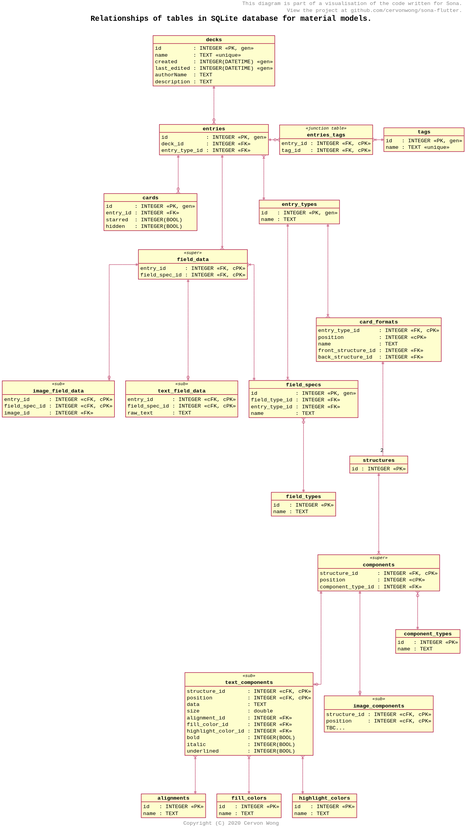
The PlantUML diagram puml/material_database.svg in cervonwong/sona-flutter, before a commit. Its diagram source:
```plantuml
@startuml
skinparam classAttributeIconSize 0
skinparam wrapWidth 400

skinparam defaultFontName Monospaced
skinparam objectAttributeFontName Monospaced
skinparam objectStereotypeFontName Monospaced
skinparam defaultFontSize 16
skinparam objectFontSize 16
skinparam objectStereotypeFontSize 14
skinparam titleFontSize 24
skinparam titleFontStyle bold
skinparam objectFontStyle bold
skinparam linetype ortho
skinparam shadowing false

header This diagram is part of a visualisation of the code written for Sona.\n View the project at github.com/cervonwong/sona-flutter.
title Relationships of tables in SQLite database for material models.\n
footer Copyright (C) 2020 Cervon Wong

object decks {
	id          : INTEGER <<PK, gen>>
	name        : TEXT <<unique>>
	created     : INTEGER(DATETIME) <<gen>>
	last_edited : INTEGER(DATETIME) <<gen>>
	authorName  : TEXT
	description : TEXT
}

object entries {
	id            : INTEGER <<PK, gen>>
	deck_id       : INTEGER <<FK>>
	entry_type_id : INTEGER <<FK>>
}

object cards {
	id       : INTEGER <<PK, gen>>
	entry_id : INTEGER <<FK>>
	starred  : INTEGER(BOOL)
	hidden   : INTEGER(BOOL)
}

object tags {
	id   : INTEGER <<PK, gen>>
	name : TEXT <<unique>>
}

object entries_tags <<junction table>> {
	entry_id : INTEGER <<FK, cPK>>
	tag_id   : INTEGER <<FK, cPK>>
}

object field_specs {
	id            : INTEGER <<PK, gen>>
	field_type_id : INTEGER <<FK>>
	entry_type_id : INTEGER <<FK>>
	name          : TEXT
}

object field_types {
	id   : INTEGER <<PK>>
	name : TEXT
}

object field_data <<super>> {
	entry_id      : INTEGER <<FK, cPK>>
    field_spec_id : INTEGER <<FK, cPK>>
}

object text_field_data <<sub>> {
	entry_id      : INTEGER <<cFK, cPK>>
    field_spec_id : INTEGER <<cFK, cPK>>
	raw_text      : TEXT
}

object image_field_data <<sub>> {
	entry_id      : INTEGER <<cFK, cPK>>
    field_spec_id : INTEGER <<cFK, cPK>>
	image_id      : INTEGER <<FK>>
}

object entry_types {
	id   : INTEGER <<PK, gen>>
	name : TEXT
}

object card_formats {
	entry_type_id      : INTEGER <<FK, cPK>>
	position           : INTEGER <<cPK>>
	name               : TEXT
	front_structure_id : INTEGER <<FK>>
	back_structure_id  : INTEGER <<FK>>
}

object structures {
	id : INTEGER <<PK>>
}

object components <<super>> {
	structure_id      : INTEGER <<FK, cPK>>
	position          : INTEGER <<cPK>>
	component_type_id : INTEGER <<FK>>
}

object text_components <<sub>> {
	structure_id       : INTEGER <<cFK, cPK>>
	position           : INTEGER <<cFK, cPK>>
	data               : TEXT
	size               : double
	alignment_id       : INTEGER <<FK>>
	fill_color_id      : INTEGER <<FK>>
	highlight_color_id : INTEGER <<FK>>
	bold               : INTEGER(BOOL)
	italic             : INTEGER(BOOL)
	underlined         : INTEGER(BOOL)
}

object alignments {
	id   : INTEGER <<PK>>
	name : TEXT
}

object fill_colors {
	id   : INTEGER <<PK>>
	name : TEXT
}

object highlight_colors {
	id   : INTEGER <<PK>>
	name : TEXT
}

object image_components <<sub>> {
	structure_id : INTEGER <<cFK, cPK>>
    position     : INTEGER <<cFK, cPK>>
    TBC...
}

object component_types {
	id   : INTEGER <<PK>>
	name : TEXT
}

decks           ||---o{    entries
entries         ||---o{    cards
entries         ||-o{      entries_tags
entries_tags    }|-||      tags
field_specs     }o----||   field_types
field_data      ||----o|   text_field_data
field_data      ||----o|   image_field_data
field_data      }|----||   field_specs
entries         ||----|{   field_data
entries         }|---||    entry_types
entry_types     ||----|{   field_specs
entry_types     ||----|{   card_formats
card_formats    ||---- "2" structures
structures      ||----|{   components
components      }o---||    component_types
components      ||----o|   text_components
components      ||----o|   image_components
text_components }|---||    alignments
text_components }|---||    fill_colors
text_components }|---||    highlight_colors

@enduml
```
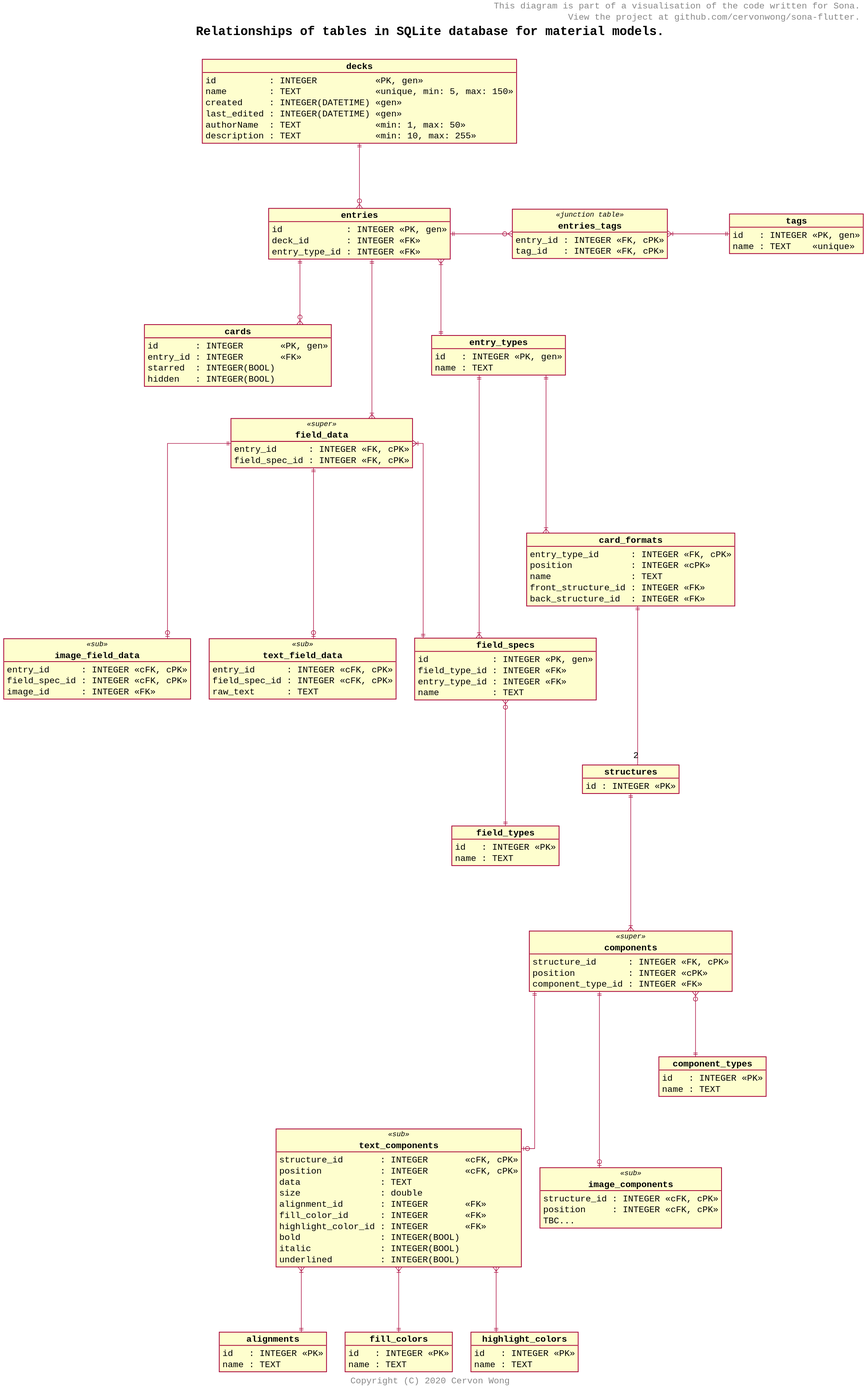
Later version of the same file.

What changed in the source:
```diff
@@ -2,6 +2,7 @@
 skinparam classAttributeIconSize 0
 skinparam wrapWidth 400
 
+skinparam wrapWidth 1000
 skinparam defaultFontName Monospaced
 skinparam objectAttributeFontName Monospaced
 skinparam objectStereotypeFontName Monospaced
@@ -19,12 +20,12 @@
 footer Copyright (C) 2020 Cervon Wong
 
 object decks {
-	id          : INTEGER <<PK, gen>>
-	name        : TEXT <<unique>>
+	id          : INTEGER           <<PK, gen>>
+	name        : TEXT              <<unique, min: 5, max: 150>>
 	created     : INTEGER(DATETIME) <<gen>>
 	last_edited : INTEGER(DATETIME) <<gen>>
-	authorName  : TEXT
-	description : TEXT
+	authorName  : TEXT              <<min: 1, max: 50>>
+	description : TEXT              <<min: 10, max: 255>>
 }
 
 object entries {
@@ -34,15 +35,15 @@
 }
 
 object cards {
-	id       : INTEGER <<PK, gen>>
-	entry_id : INTEGER <<FK>>
+	id       : INTEGER       <<PK, gen>>
+	entry_id : INTEGER       <<FK>>
 	starred  : INTEGER(BOOL)
 	hidden   : INTEGER(BOOL)
 }
 
 object tags {
 	id   : INTEGER <<PK, gen>>
-	name : TEXT <<unique>>
+	name : TEXT    <<unique>>
 }
 
 object entries_tags <<junction table>> {
@@ -103,13 +104,13 @@
 }
 
 object text_components <<sub>> {
-	structure_id       : INTEGER <<cFK, cPK>>
-	position           : INTEGER <<cFK, cPK>>
+	structure_id       : INTEGER       <<cFK, cPK>>
+	position           : INTEGER       <<cFK, cPK>>
 	data               : TEXT
 	size               : double
-	alignment_id       : INTEGER <<FK>>
-	fill_color_id      : INTEGER <<FK>>
-	highlight_color_id : INTEGER <<FK>>
+	alignment_id       : INTEGER       <<FK>>
+	fill_color_id      : INTEGER       <<FK>>
+	highlight_color_id : INTEGER       <<FK>>
 	bold               : INTEGER(BOOL)
 	italic             : INTEGER(BOOL)
 	underlined         : INTEGER(BOOL)
@@ -143,8 +144,8 @@
 
 decks           ||---o{    entries
 entries         ||---o{    cards
-entries         ||-o{      entries_tags
-entries_tags    }|-||      tags
+entries         ||-o{      entries_tags : \t
+entries_tags    }|-||      tags : \t
 field_specs     }o----||   field_types
 field_data      ||----o|   text_field_data
 field_data      ||----o|   image_field_data
```
